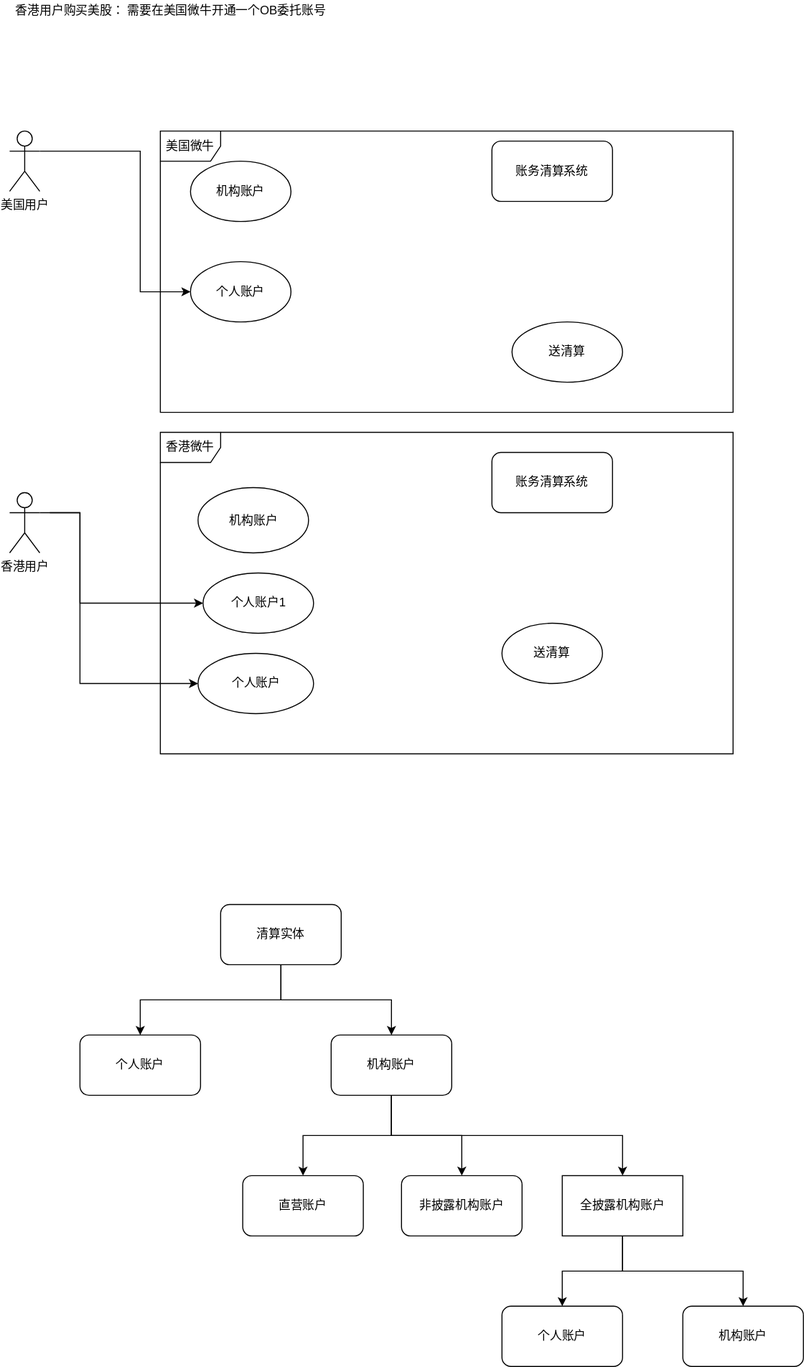
The draw.io diagram 未命名绘图.svg in dengying/MyLCT, before a commit. Source tidied: cells renumbered, new cells last; positions are measured from the earlier drawing's top-left corner, leaving out a move shared by most shapes.
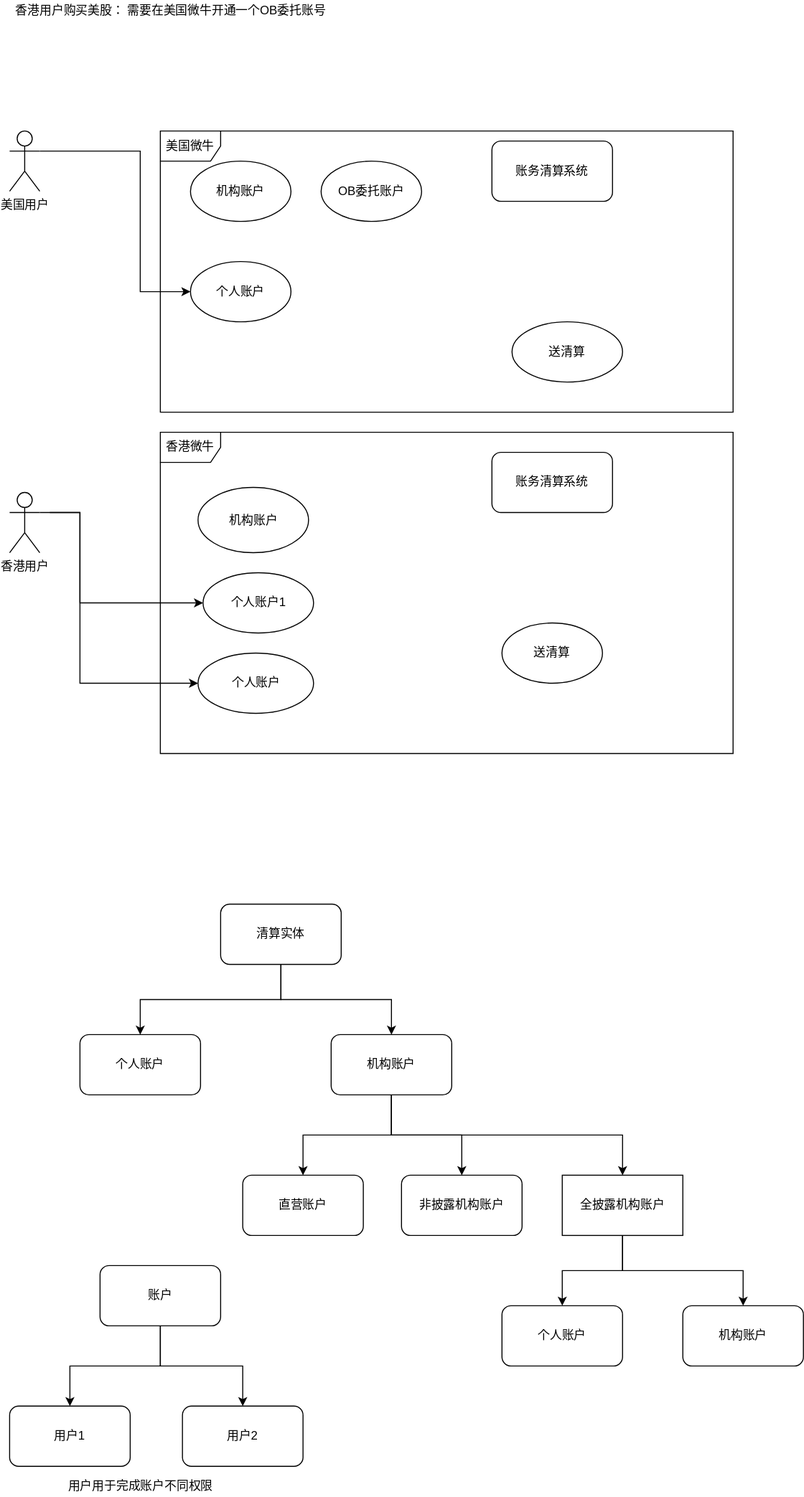
Later version of the same file.

Commit message:
更新未命名绘图.svg

What changed in the source:
```diff
@@ -114,5 +114,26 @@
     <mxCell id="33" value="香港用户购买美股： 需要在美国微牛开通一个OB委托账号" style="text;html=1;align=center;verticalAlign=middle;" parent="1" vertex="1">
       <mxGeometry width="320" height="20" as="geometry" />
     </mxCell>
+    <mxCell id="34" value="OB委托账户" style="ellipse;whiteSpace=wrap;html=1;" parent="1" vertex="1">
+      <mxGeometry x="310" y="160" width="100" height="60" as="geometry" />
+    </mxCell>
+    <mxCell id="35" style="edgeStyle=orthogonalEdgeStyle;rounded=0;jettySize=auto;html=1;exitX=0.5;exitY=1;exitDx=0;exitDy=0;" parent="1" edge="1" source="37" target="38">
+      <mxGeometry relative="1" as="geometry" />
+    </mxCell>
+    <mxCell id="36" style="edgeStyle=orthogonalEdgeStyle;rounded=0;jettySize=auto;html=1;exitX=0.5;exitY=1;exitDx=0;exitDy=0;" parent="1" edge="1" source="37" target="39">
+      <mxGeometry relative="1" as="geometry" />
+    </mxCell>
+    <mxCell id="37" value="账户" style="rounded=1;whiteSpace=wrap;html=1;" parent="1" vertex="1">
+      <mxGeometry x="90" y="1260" width="120" height="60" as="geometry" />
+    </mxCell>
+    <mxCell id="38" value="用户1" style="rounded=1;whiteSpace=wrap;html=1;" parent="1" vertex="1">
+      <mxGeometry y="1400" width="120" height="60" as="geometry" />
+    </mxCell>
+    <mxCell id="39" value="用户2" style="rounded=1;whiteSpace=wrap;html=1;" parent="1" vertex="1">
+      <mxGeometry x="172" y="1400" width="120" height="60" as="geometry" />
+    </mxCell>
+    <mxCell id="40" value="用户用于完成账户不同权限" style="text;html=1;align=center;verticalAlign=middle;" parent="1" vertex="1">
+      <mxGeometry x="50" y="1470" width="160" height="20" as="geometry" />
+    </mxCell>
   </root>
 </mxGraphModel>
```
